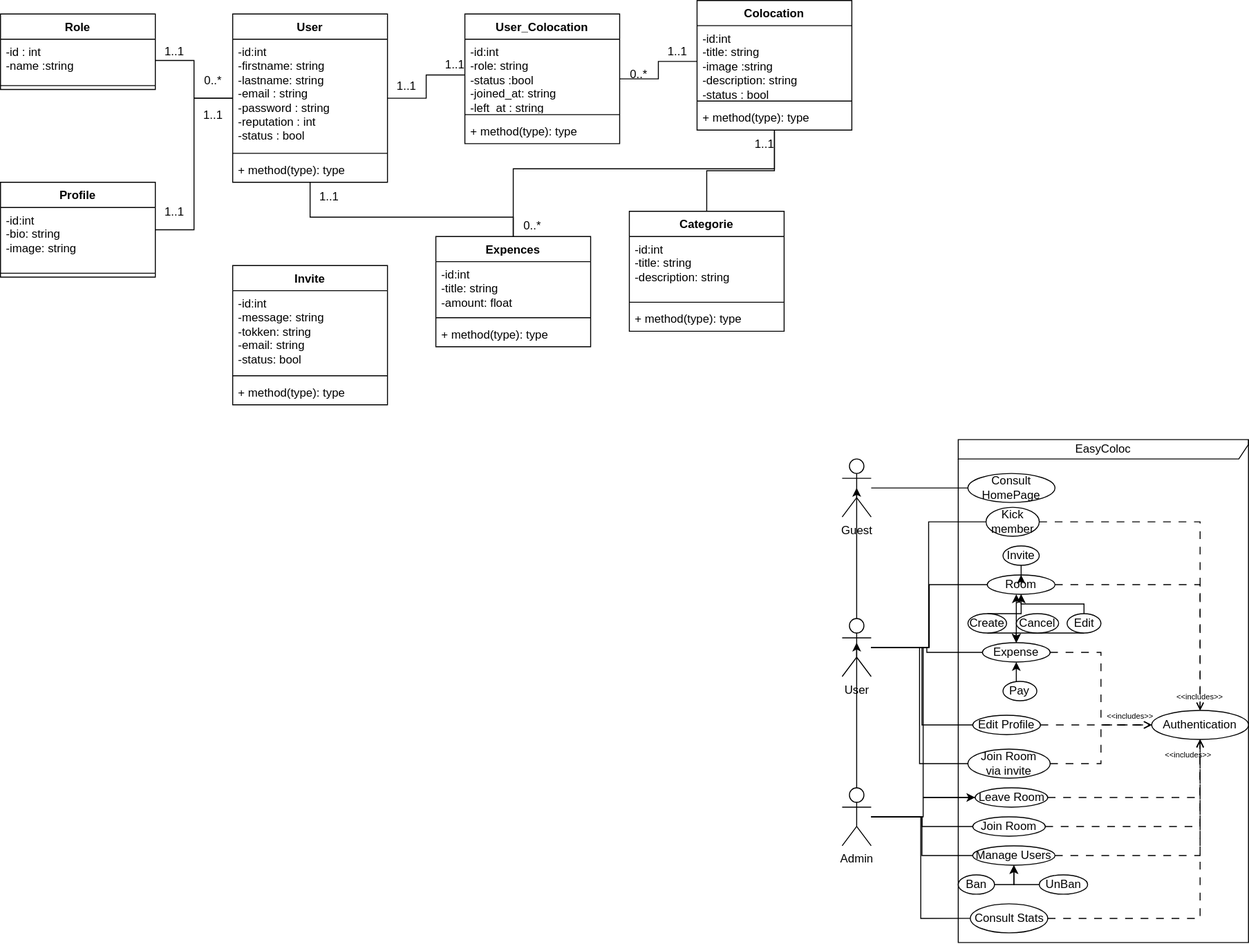
The draw.io diagram EaseColoc.drawio.svg in Aymanemjj/EasyColoc, before a commit. Source tidied: cells renumbered, new cells last; positions are measured from the earlier drawing's top-left corner, leaving out a move shared by most shapes.
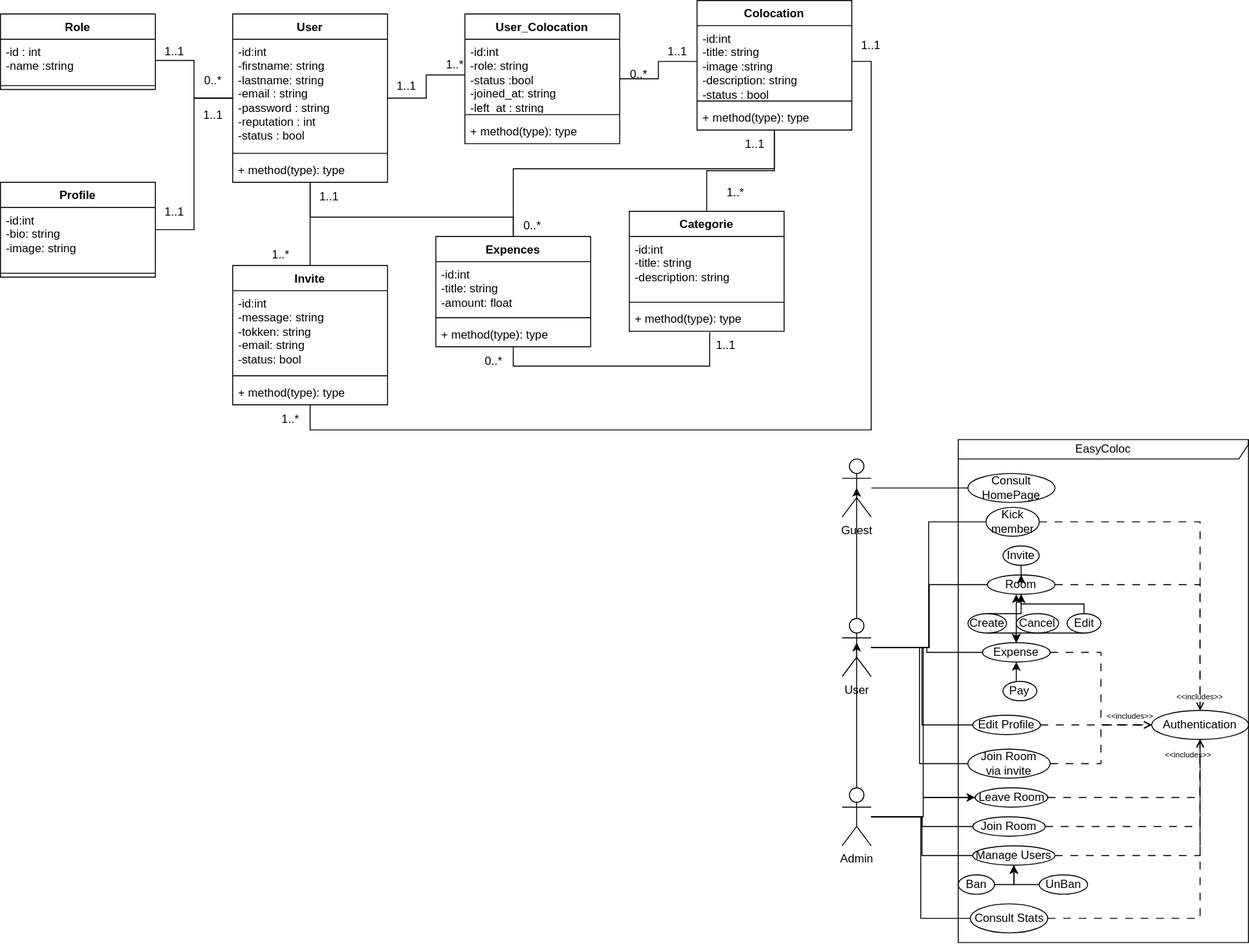
The same file after the commit.

What changed in the source:
```diff
@@ -232,6 +232,9 @@
         </Array>
       </mxGeometry>
     </mxCell>
+    <mxCell id="107" style="edgeStyle=orthogonalEdgeStyle;rounded=0;jettySize=auto;html=1;endArrow=none;endFill=0;" parent="1" edge="1" source="63" target="83">
+      <mxGeometry relative="1" as="geometry" />
+    </mxCell>
     <mxCell id="63" value="User" style="swimlane;fontStyle=1;align=center;verticalAlign=top;horizontal=1;startSize=26;whiteSpace=wrap;html=1;" parent="1" vertex="1">
       <mxGeometry x="240" y="14" width="160" height="174" as="geometry" />
     </mxCell>
@@ -297,6 +300,15 @@
     <mxCell id="82" value="+ method(type): type" style="text;strokeColor=none;fillColor=none;align=left;verticalAlign=top;spacingLeft=4;spacingRight=4;overflow=hidden;points=[[0,0.5],[1,0.5]];portConstraint=eastwest;whiteSpace=wrap;html=1;" parent="79" vertex="1">
       <mxGeometry y="98" width="160" height="26" as="geometry" />
     </mxCell>
+    <mxCell id="108" style="edgeStyle=orthogonalEdgeStyle;rounded=0;jettySize=auto;html=1;entryX=1;entryY=0.5;entryDx=0;entryDy=0;endArrow=none;endFill=0;" parent="1" edge="1" source="83" target="72">
+      <mxGeometry relative="1" as="geometry">
+        <Array as="points">
+          <mxPoint x="320" y="444" />
+          <mxPoint x="900" y="444" />
+          <mxPoint x="900" y="63" />
+        </Array>
+      </mxGeometry>
+    </mxCell>
     <mxCell id="83" value="Invite" style="swimlane;fontStyle=1;align=center;verticalAlign=top;horizontal=1;startSize=26;whiteSpace=wrap;html=1;" parent="1" vertex="1">
       <mxGeometry x="240" y="274" width="160" height="144" as="geometry" />
     </mxCell>
@@ -351,7 +363,7 @@
     <mxCell id="100" value="1..1" style="text;html=1;whiteSpace=wrap;strokeColor=none;fillColor=none;align=center;verticalAlign=middle;rounded=0;" parent="1" vertex="1">
       <mxGeometry x="310" y="188" width="60" height="30" as="geometry" />
     </mxCell>
-    <mxCell id="101" value="1..1" style="text;html=1;whiteSpace=wrap;strokeColor=none;fillColor=none;align=center;verticalAlign=middle;rounded=0;" parent="1" vertex="1">
+    <mxCell id="101" value="1..*" style="text;html=1;whiteSpace=wrap;strokeColor=none;fillColor=none;align=center;verticalAlign=middle;rounded=0;" parent="1" vertex="1">
       <mxGeometry x="440" y="52" width="60" height="30" as="geometry" />
     </mxCell>
     <mxCell id="102" value="1..1" style="text;html=1;whiteSpace=wrap;strokeColor=none;fillColor=none;align=center;verticalAlign=middle;rounded=0;" parent="1" vertex="1">
@@ -367,7 +379,28 @@
       <mxGeometry x="520" y="218" width="60" height="30" as="geometry" />
     </mxCell>
     <mxCell id="106" value="1..1" style="text;html=1;whiteSpace=wrap;strokeColor=none;fillColor=none;align=center;verticalAlign=middle;rounded=0;" parent="1" vertex="1">
-      <mxGeometry x="760" y="134" width="60" height="30" as="geometry" />
+      <mxGeometry x="750" y="134" width="60" height="30" as="geometry" />
     </mxCell>
+    <mxCell id="109" value="1..*" style="text;html=1;whiteSpace=wrap;strokeColor=none;fillColor=none;align=center;verticalAlign=middle;rounded=0;" parent="1" vertex="1">
+      <mxGeometry x="260" y="248" width="60" height="30" as="geometry" />
+    </mxCell>
+    <mxCell id="110" value="1..*" style="text;html=1;whiteSpace=wrap;strokeColor=none;fillColor=none;align=center;verticalAlign=middle;rounded=0;" parent="1" vertex="1">
+      <mxGeometry x="270" y="418" width="60" height="30" as="geometry" />
+    </mxCell>
+    <mxCell id="111" value="1..1" style="text;html=1;whiteSpace=wrap;strokeColor=none;fillColor=none;align=center;verticalAlign=middle;rounded=0;" parent="1" vertex="1">
+      <mxGeometry x="870" y="32" width="60" height="30" as="geometry" />
+    </mxCell>
+    <mxCell id="112" value="1..*" style="text;html=1;whiteSpace=wrap;strokeColor=none;fillColor=none;align=center;verticalAlign=middle;rounded=0;" parent="1" vertex="1">
+      <mxGeometry x="730" y="184" width="60" height="30" as="geometry" />
+    </mxCell>
+    <mxCell id="113" style="edgeStyle=orthogonalEdgeStyle;rounded=0;jettySize=auto;html=1;entryX=0.519;entryY=1.038;entryDx=0;entryDy=0;entryPerimeter=0;exitX=0.5;exitY=1;exitDx=0;exitDy=0;endArrow=none;endFill=0;" parent="1" edge="1" source="87" target="82">
+      <mxGeometry relative="1" as="geometry" />
+    </mxCell>
+    <mxCell id="114" value="0..*" style="text;html=1;whiteSpace=wrap;strokeColor=none;fillColor=none;align=center;verticalAlign=middle;rounded=0;" parent="1" vertex="1">
+      <mxGeometry x="480" y="358" width="60" height="30" as="geometry" />
+    </mxCell>
+    <mxCell id="115" value="1..1" style="text;html=1;whiteSpace=wrap;strokeColor=none;fillColor=none;align=center;verticalAlign=middle;rounded=0;" parent="1" vertex="1">
+      <mxGeometry x="720" y="342" width="60" height="30" as="geometry" />
+    </mxCell>
   </root>
 </mxGraphModel>
```
